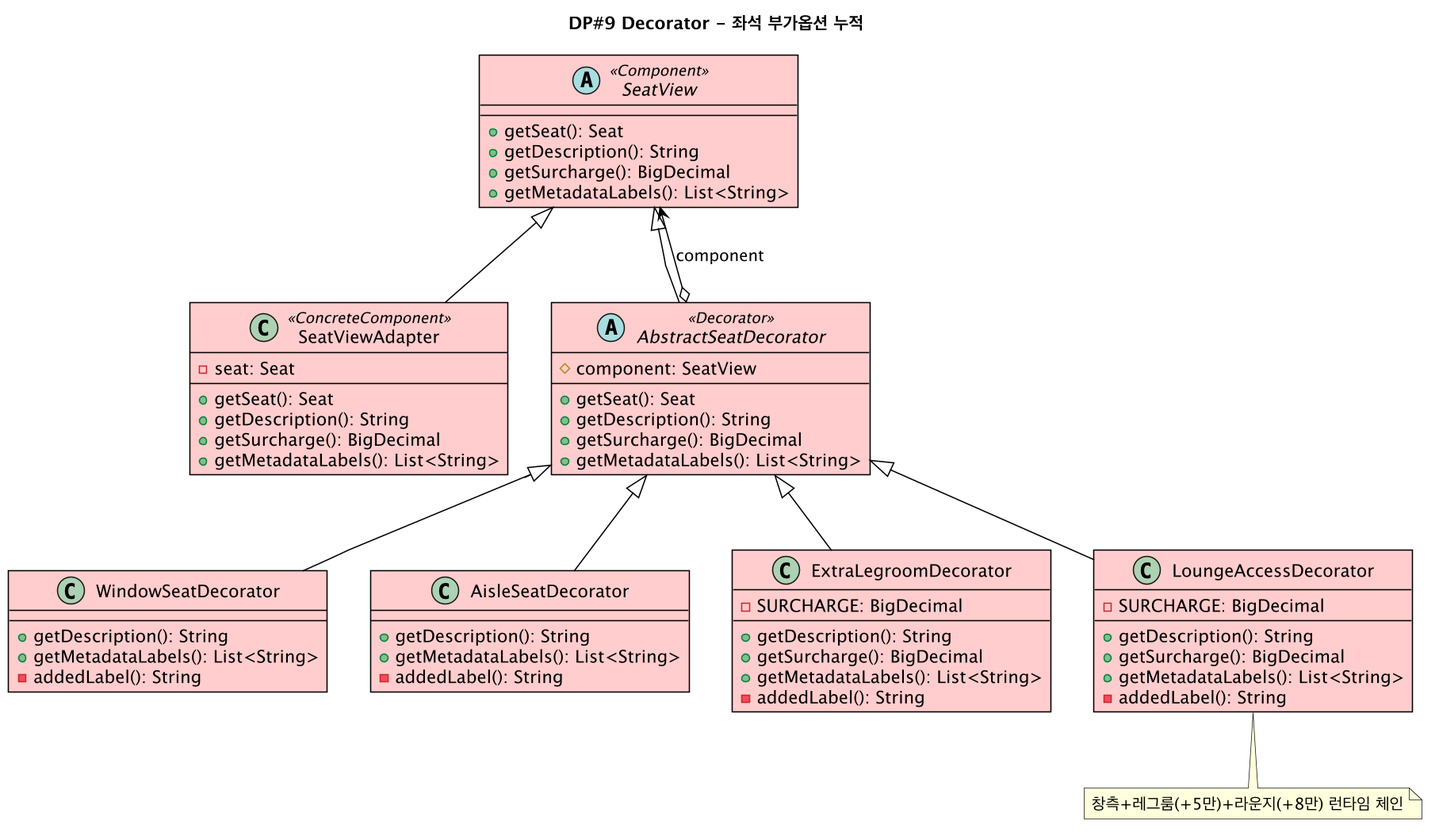
The PlantUML diagram docs/diagrams/iter4-puml/dp9-decorator.png in gimjungwook/KoreanAirReservationDomain, before a commit.
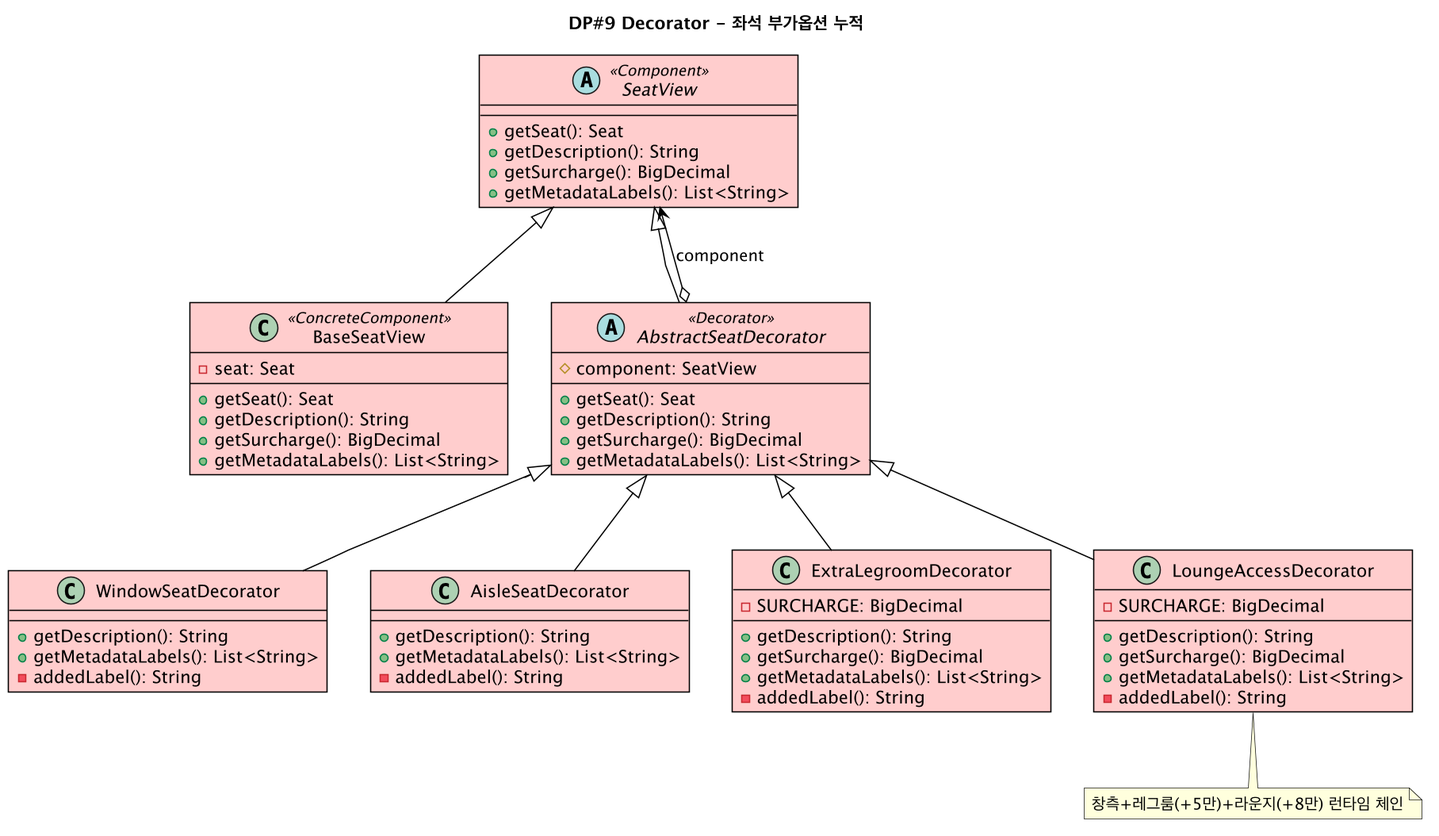
The same file after the commit.

Change to the diagram source:
```diff
@@ -7,7 +7,7 @@
   +getSurcharge(): BigDecimal
   +getMetadataLabels(): List<String>
 }
-class SeatViewAdapter <<ConcreteComponent>> #FFCCCC {
+class BaseSeatView <<ConcreteComponent>> #FFCCCC {
   -seat: Seat
   --
   +getSeat(): Seat
@@ -49,7 +49,7 @@
   +getMetadataLabels(): List<String>
   -addedLabel(): String
 }
-SeatView <|-- SeatViewAdapter
+SeatView <|-- BaseSeatView
 SeatView <|-- AbstractSeatDecorator
 AbstractSeatDecorator o--> SeatView : component
 AbstractSeatDecorator <|-- WindowSeatDecorator
```
